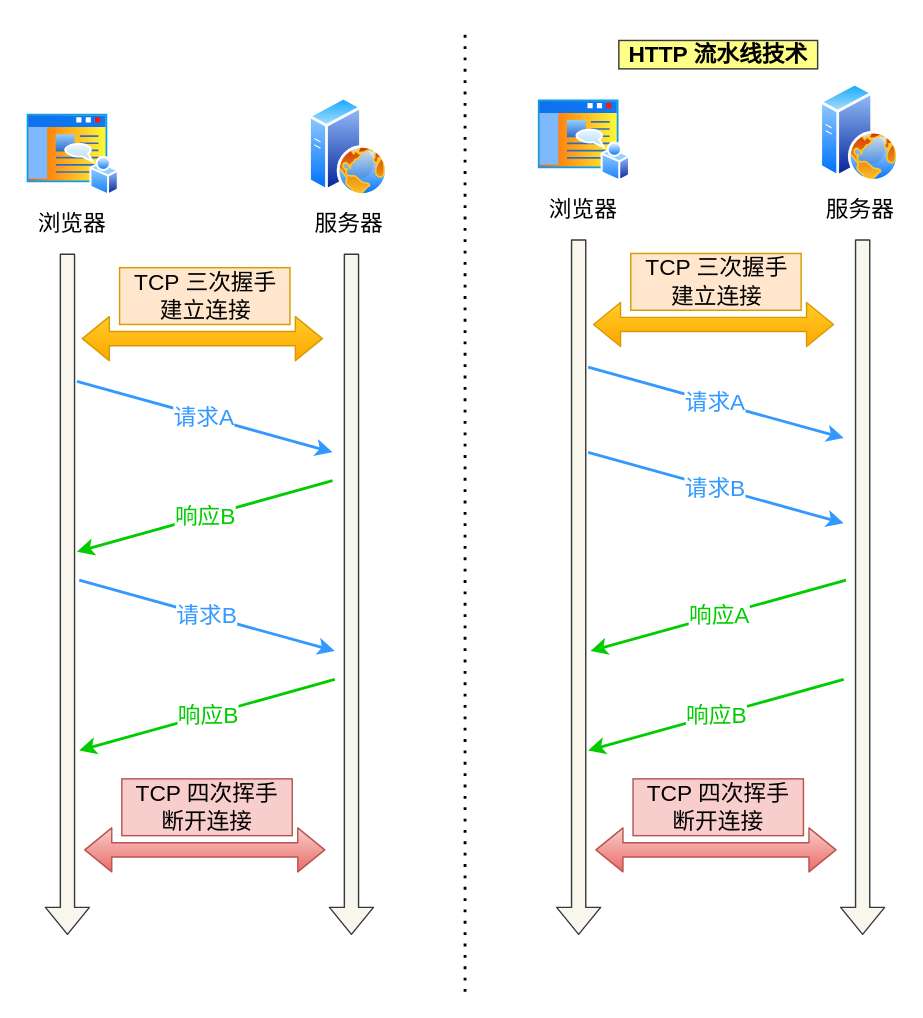
This is 网络/长连接/HTTP流水线.drawio from xiaolincoder/ImageHost4, a draw.io file, before an edit. Source tidied: cells renumbered, new cells numbered last; positions are measured from the earlier drawing's top-left corner, leaving out a move shared by most shapes. Both pictures are drawn from the tidied source at 142%, with x=0, y=0 at pixel (24, 26).
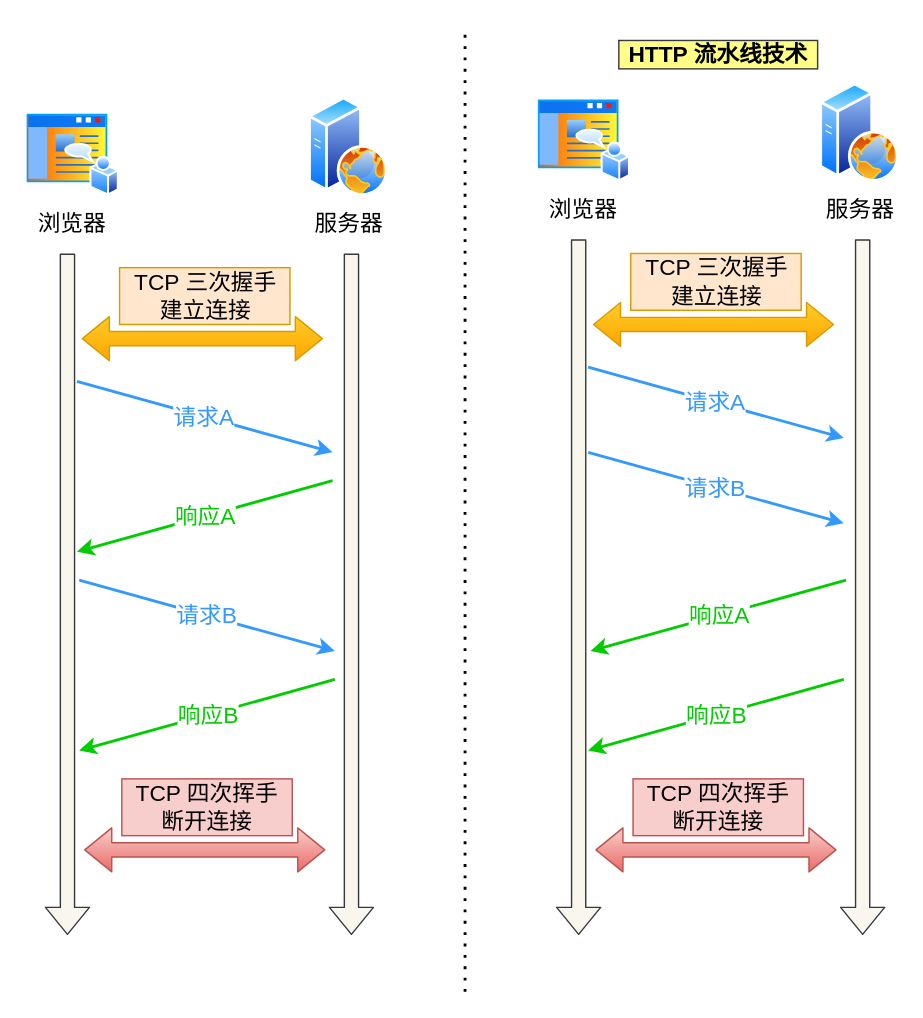
The same page after the edit.

Commit message:
更新HTTP流水线.drawio

Diff of the diagram source:
```diff
@@
-    <mxCell id="5" value="响应B" style="endArrow=classic;html=1;fontSize=16;strokeWidth=2;strokeColor=#00CC00;fontColor=#00CC00;" parent="1" edge="1">
+    <mxCell id="5" value="响应A" style="endArrow=classic;html=1;fontSize=16;strokeWidth=2;strokeColor=#00CC00;fontColor=#00CC00;" parent="1" edge="1">
       <mxGeometry relative="1" as="geometry">
         <mxPoint x="216.7" y="320" as="sourcePoint" />
         <mxPoint x="36.7" y="370" as="targetPoint" />
       </mxGeometry>
     </mxCell>
```
